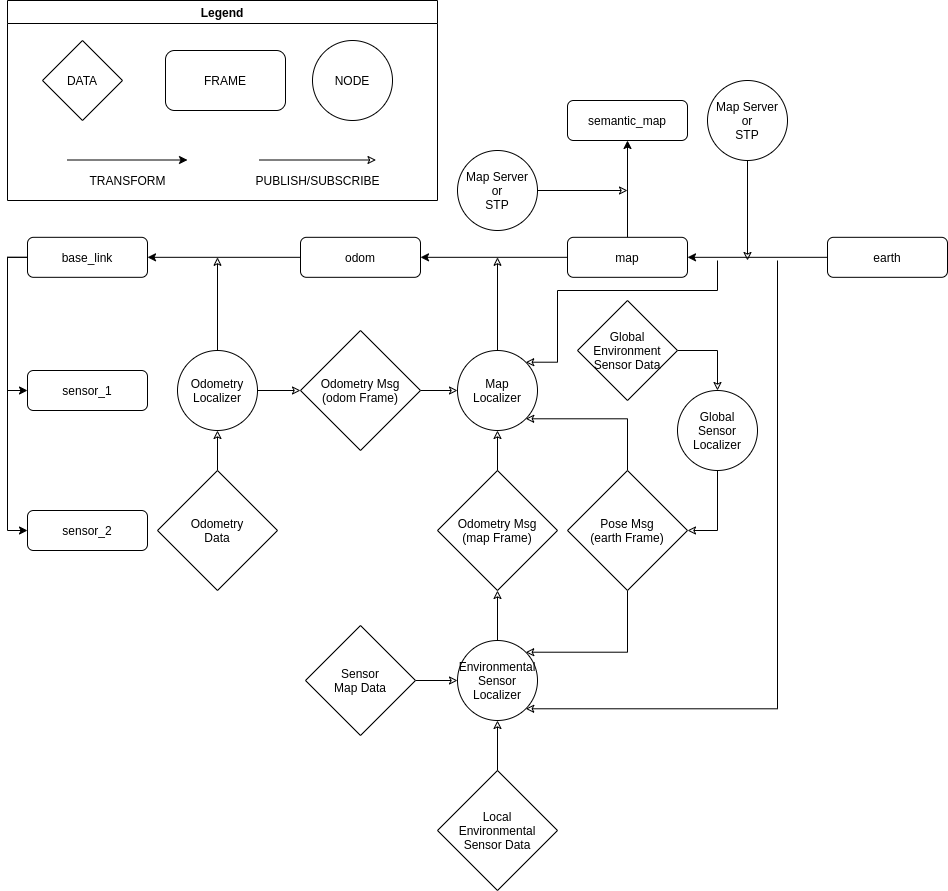
This is src/tools/autoware_auto_avp_demo/design/avp-tf-tree.png from goodloop/autoware_auto_mirror, a draw.io export, as it was before one commit. Source tidied: cells renumbered, new cells last; positions are measured from the earlier drawing's top-left corner, leaving out a move shared by most shapes.
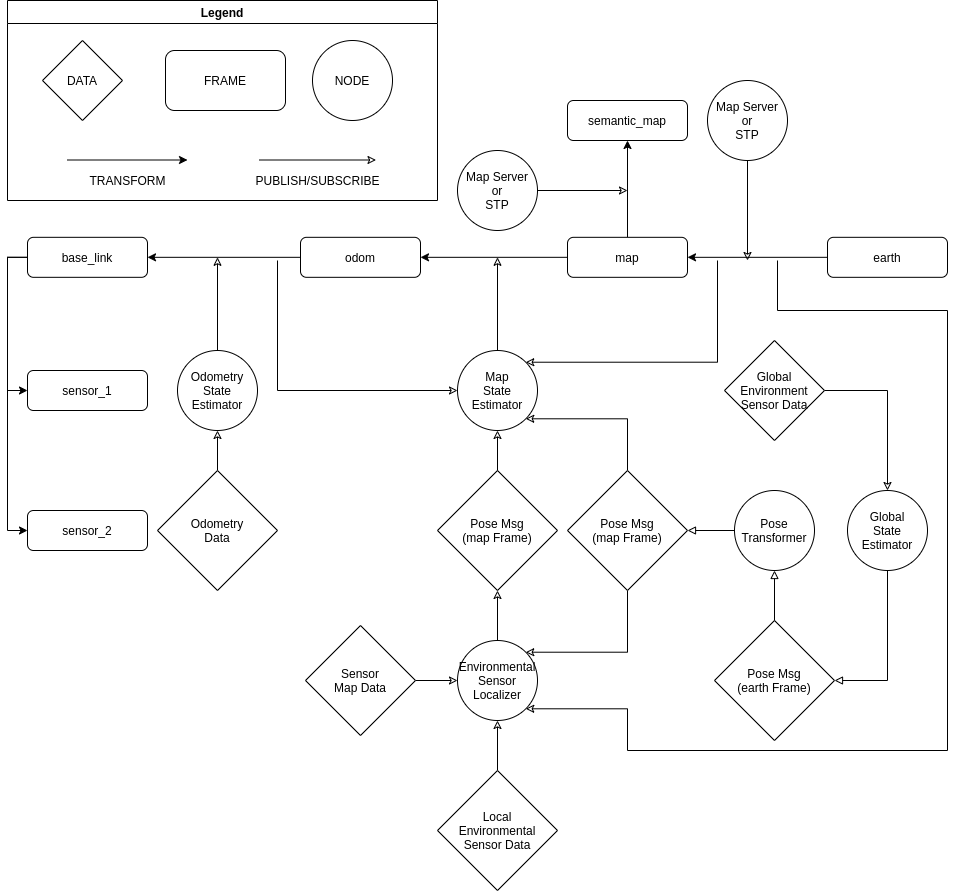
Above is the later version.

Commit message:
[292] Updating diagram with MR feedback.

Diff of the diagram source:
```diff
@@ -43,12 +43,7 @@
         <mxPoint x="210" y="256.8" as="targetPoint" />
       </mxGeometry>
     </mxCell>
-    <mxCell id="15" style="edgeStyle=orthogonalEdgeStyle;rounded=0;jettySize=auto;html=1;exitX=1;exitY=0.5;exitDx=0;exitDy=0;entryX=0;entryY=0.5;entryDx=0;entryDy=0;endArrow=classic;endFill=0;" parent="1" edge="1" source="16">
-      <mxGeometry relative="1" as="geometry">
-        <mxPoint x="293" y="390" as="targetPoint" />
-      </mxGeometry>
-    </mxCell>
-    <mxCell id="16" value="Odometry&lt;br&gt;Localizer" style="ellipse;whiteSpace=wrap;html=1;" parent="1" vertex="1">
+    <mxCell id="16" value="Odometry&lt;br&gt;State&lt;br&gt;Estimator" style="ellipse;whiteSpace=wrap;html=1;" parent="1" vertex="1">
       <mxGeometry x="170" y="350" width="80" height="80" as="geometry" />
     </mxCell>
     <mxCell id="17" style="edgeStyle=orthogonalEdgeStyle;rounded=0;jettySize=auto;html=1;exitX=0.5;exitY=0;exitDx=0;exitDy=0;endArrow=classic;endFill=0;" parent="1" edge="1" source="18">
@@ -56,17 +51,17 @@
         <mxPoint x="490" y="256.8" as="targetPoint" />
       </mxGeometry>
     </mxCell>
-    <mxCell id="18" value="Map&lt;br&gt;Localizer" style="ellipse;whiteSpace=wrap;html=1;" parent="1" vertex="1">
+    <mxCell id="18" value="Map&lt;br&gt;State&lt;br&gt;Estimator" style="ellipse;whiteSpace=wrap;html=1;" parent="1" vertex="1">
       <mxGeometry x="450" y="350" width="80" height="80" as="geometry" />
     </mxCell>
-    <mxCell id="19" style="edgeStyle=orthogonalEdgeStyle;rounded=0;jettySize=auto;html=1;exitX=1;exitY=0.5;exitDx=0;exitDy=0;entryX=0;entryY=0.5;entryDx=0;entryDy=0;endArrow=classic;endFill=0;" parent="1" edge="1" target="18">
+    <mxCell id="19" style="edgeStyle=orthogonalEdgeStyle;rounded=0;jettySize=auto;html=1;entryX=0;entryY=0.5;entryDx=0;entryDy=0;endArrow=classic;endFill=0;" parent="1" edge="1" target="18">
       <mxGeometry relative="1" as="geometry">
-        <mxPoint x="413" y="390" as="sourcePoint" />
+        <mxPoint x="270" y="260" as="sourcePoint" />
+        <Array as="points">
+          <mxPoint x="270" y="390" />
+        </Array>
       </mxGeometry>
     </mxCell>
-    <mxCell id="20" value="Odometry Msg&lt;br&gt;(odom Frame)" style="rhombus;whiteSpace=wrap;html=1;" parent="1" vertex="1">
-      <mxGeometry x="293" y="330" width="120" height="120" as="geometry" />
-    </mxCell>
     <mxCell id="21" value="Environmental&lt;br&gt;Sensor&lt;br&gt;Localizer" style="ellipse;whiteSpace=wrap;html=1;" parent="1" vertex="1">
       <mxGeometry x="450" y="640" width="80" height="80" as="geometry" />
     </mxCell>
@@ -82,7 +77,7 @@
     <mxCell id="25" value="Local&lt;br&gt;Environmental&lt;br&gt;Sensor Data" style="rhombus;whiteSpace=wrap;html=1;" parent="1" vertex="1">
       <mxGeometry x="430" y="770" width="120" height="120" as="geometry" />
     </mxCell>
-    <mxCell id="26" value="Odometry Msg&lt;br&gt;(map Frame)" style="rhombus;whiteSpace=wrap;html=1;" parent="1" vertex="1">
+    <mxCell id="26" value="Pose Msg&lt;br&gt;(map Frame)" style="rhombus;whiteSpace=wrap;html=1;" parent="1" vertex="1">
       <mxGeometry x="430" y="470" width="120" height="120" as="geometry" />
     </mxCell>
     <mxCell id="27" style="edgeStyle=orthogonalEdgeStyle;rounded=0;jettySize=auto;html=1;exitX=0.5;exitY=0;exitDx=0;exitDy=0;endArrow=classic;endFill=0;entryX=0.5;entryY=1;entryDx=0;entryDy=0;" parent="1" edge="1" source="26" target="18">
@@ -97,34 +92,33 @@
     <mxCell id="30" value="Sensor&lt;br&gt;Map Data" style="rhombus;whiteSpace=wrap;html=1;" parent="1" vertex="1">
       <mxGeometry x="298" y="625" width="110" height="110" as="geometry" />
     </mxCell>
-    <mxCell id="31" style="edgeStyle=orthogonalEdgeStyle;rounded=0;jettySize=auto;html=1;exitX=0.5;exitY=1;exitDx=0;exitDy=0;entryX=1;entryY=0.5;entryDx=0;entryDy=0;endArrow=classic;endFill=0;" parent="1" edge="1" source="32" target="35">
+    <mxCell id="31" style="edgeStyle=orthogonalEdgeStyle;rounded=0;jettySize=auto;html=1;exitX=0.5;exitY=1;exitDx=0;exitDy=0;endArrow=block;endFill=0;entryX=1;entryY=0.5;entryDx=0;entryDy=0;" parent="1" edge="1" source="32" target="35">
       <mxGeometry relative="1" as="geometry" />
     </mxCell>
-    <mxCell id="32" value="Global&lt;br&gt;Sensor&lt;br&gt;Localizer" style="ellipse;whiteSpace=wrap;html=1;" parent="1" vertex="1">
-      <mxGeometry x="670" y="390" width="80" height="80" as="geometry" />
+    <mxCell id="32" value="Global&lt;br&gt;State&lt;br&gt;Estimator" style="ellipse;whiteSpace=wrap;html=1;" parent="1" vertex="1">
+      <mxGeometry x="840" y="490" width="80" height="80" as="geometry" />
     </mxCell>
-    <mxCell id="33" style="edgeStyle=orthogonalEdgeStyle;rounded=0;jettySize=auto;html=1;exitX=0.5;exitY=1;exitDx=0;exitDy=0;entryX=1;entryY=0;entryDx=0;entryDy=0;endArrow=classic;endFill=0;" parent="1" edge="1" source="35" target="21">
+    <mxCell id="33" style="edgeStyle=orthogonalEdgeStyle;rounded=0;jettySize=auto;html=1;exitX=0.5;exitY=1;exitDx=0;exitDy=0;entryX=1;entryY=0;entryDx=0;entryDy=0;endArrow=classic;endFill=0;" parent="1" edge="1" target="21">
       <mxGeometry relative="1" as="geometry">
+        <mxPoint x="620" y="590" as="sourcePoint" />
         <Array as="points">
           <mxPoint x="620" y="652.2" />
         </Array>
       </mxGeometry>
     </mxCell>
-    <mxCell id="34" style="edgeStyle=orthogonalEdgeStyle;rounded=0;jettySize=auto;html=1;exitX=0.5;exitY=0;exitDx=0;exitDy=0;entryX=1;entryY=1;entryDx=0;entryDy=0;endArrow=classic;endFill=0;" parent="1" edge="1" source="35" target="18">
+    <mxCell id="34" style="edgeStyle=orthogonalEdgeStyle;rounded=0;jettySize=auto;html=1;exitX=0.5;exitY=0;exitDx=0;exitDy=0;entryX=1;entryY=1;entryDx=0;entryDy=0;endArrow=classic;endFill=0;" parent="1" edge="1" target="18">
       <mxGeometry relative="1" as="geometry">
+        <mxPoint x="620" y="470" as="sourcePoint" />
         <Array as="points">
           <mxPoint x="620" y="418.2" />
         </Array>
       </mxGeometry>
     </mxCell>
-    <mxCell id="35" value="Pose Msg&lt;br&gt;(earth Frame)" style="rhombus;whiteSpace=wrap;html=1;" parent="1" vertex="1">
-      <mxGeometry x="560" y="470" width="120" height="120" as="geometry" />
-    </mxCell>
     <mxCell id="36" style="edgeStyle=orthogonalEdgeStyle;rounded=0;jettySize=auto;html=1;exitX=1;exitY=0.5;exitDx=0;exitDy=0;entryX=0.5;entryY=0;entryDx=0;entryDy=0;endArrow=classic;endFill=0;" parent="1" edge="1" source="37" target="32">
       <mxGeometry relative="1" as="geometry" />
     </mxCell>
     <mxCell id="37" value="Global&lt;br&gt;Environment&lt;br&gt;Sensor Data" style="rhombus;whiteSpace=wrap;html=1;" parent="1" vertex="1">
-      <mxGeometry x="570" y="300" width="100" height="100" as="geometry" />
+      <mxGeometry x="717" y="340" width="100" height="100" as="geometry" />
     </mxCell>
     <mxCell id="38" style="edgeStyle=orthogonalEdgeStyle;rounded=0;jettySize=auto;html=1;exitX=0.5;exitY=1;exitDx=0;exitDy=0;endArrow=classic;endFill=0;" parent="1" edge="1" source="39">
       <mxGeometry relative="1" as="geometry">
@@ -138,7 +132,11 @@
       <mxGeometry relative="1" as="geometry">
         <mxPoint x="770" y="260" as="sourcePoint" />
         <Array as="points">
-          <mxPoint x="770" y="708" />
+          <mxPoint x="770" y="310" />
+          <mxPoint x="940" y="310" />
+          <mxPoint x="940" y="750" />
+          <mxPoint x="620" y="750" />
+          <mxPoint x="620" y="708" />
         </Array>
       </mxGeometry>
     </mxCell>
@@ -146,9 +144,7 @@
       <mxGeometry relative="1" as="geometry">
         <mxPoint x="710" y="260" as="sourcePoint" />
         <Array as="points">
-          <mxPoint x="710" y="290" />
-          <mxPoint x="550" y="290" />
-          <mxPoint x="550" y="362" />
+          <mxPoint x="710" y="362" />
         </Array>
       </mxGeometry>
     </mxCell>
@@ -193,5 +189,20 @@
     <mxCell id="52" value="PUBLISH/SUBSCRIBE" style="text;html=1;align=center;verticalAlign=middle;" parent="45" vertex="1">
       <mxGeometry x="240" y="170" width="140" height="20" as="geometry" />
     </mxCell>
+    <mxCell id="53" style="edgeStyle=orthogonalEdgeStyle;rounded=0;jettySize=auto;html=1;exitX=0.5;exitY=0;exitDx=0;exitDy=0;endArrow=block;endFill=0;" parent="1" edge="1" source="35" target="56">
+      <mxGeometry relative="1" as="geometry" />
+    </mxCell>
+    <mxCell id="35" value="Pose Msg&lt;br&gt;(earth Frame)" style="rhombus;whiteSpace=wrap;html=1;" parent="1" vertex="1">
+      <mxGeometry x="707" y="620" width="120" height="120" as="geometry" />
+    </mxCell>
+    <mxCell id="54" value="Pose Msg&lt;br&gt;(map Frame)" style="rhombus;whiteSpace=wrap;html=1;" parent="1" vertex="1">
+      <mxGeometry x="560" y="470" width="120" height="120" as="geometry" />
+    </mxCell>
+    <mxCell id="55" style="edgeStyle=orthogonalEdgeStyle;rounded=0;jettySize=auto;html=1;entryX=1;entryY=0.5;entryDx=0;entryDy=0;endArrow=block;endFill=0;" parent="1" edge="1" source="56" target="54">
+      <mxGeometry relative="1" as="geometry" />
+    </mxCell>
+    <mxCell id="56" value="Pose&lt;br&gt;Transformer" style="ellipse;whiteSpace=wrap;html=1;" parent="1" vertex="1">
+      <mxGeometry x="727" y="490" width="80" height="80" as="geometry" />
+    </mxCell>
   </root>
 </mxGraphModel>
```
